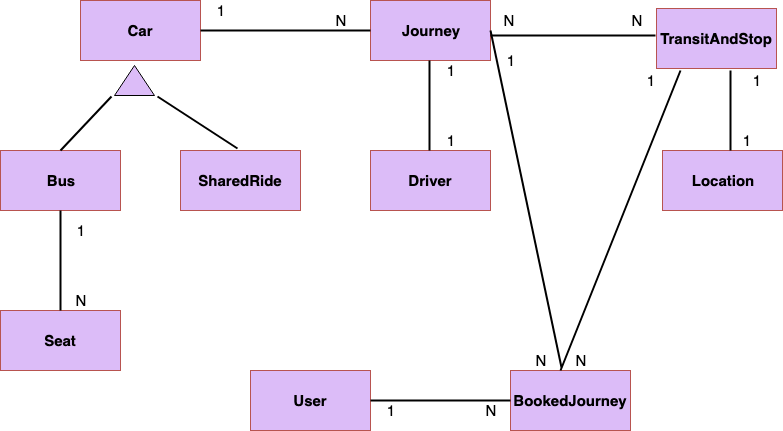
Above: docs/GoWaka-Domain.png in bimeri/bus-ticketing (draw.io), before the change. Source tidied: cells renumbered, new cells last; positions are measured from the earlier drawing's top-left corner, leaving out a move shared by most shapes.
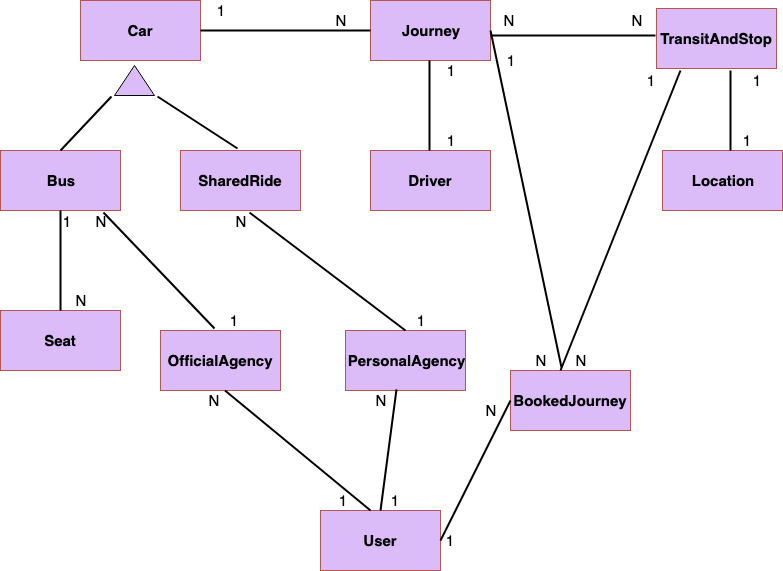
Above is the later version.

Commit message:
Refactor the Domain Model - [#168554535]

What changed in the source:
```diff
@@ -27,7 +27,7 @@
       <mxGeometry x="662" y="150" width="120" height="60" as="geometry" />
     </mxCell>
     <mxCell id="10" value="User" style="rounded=0;whiteSpace=wrap;html=1;fillColor=#DCBCF8;strokeColor=#b85450;fontSize=15;labelBorderColor=none;labelBackgroundColor=none;fontStyle=1;" parent="1" vertex="1">
-      <mxGeometry x="250" y="370" width="120" height="60" as="geometry" />
+      <mxGeometry x="320" y="510" width="120" height="60" as="geometry" />
     </mxCell>
     <mxCell id="11" value="BookedJourney" style="rounded=0;whiteSpace=wrap;html=1;fillColor=#DCBCF8;strokeColor=#b85450;fontSize=15;labelBorderColor=none;labelBackgroundColor=none;fontStyle=1;" parent="1" vertex="1">
       <mxGeometry x="510" y="370" width="120" height="60" as="geometry" />
@@ -83,7 +83,7 @@
       </mxGeometry>
     </mxCell>
     <mxCell id="23" value="1" style="text;html=1;strokeColor=none;fillColor=none;align=center;verticalAlign=middle;whiteSpace=wrap;rounded=0;labelBackgroundColor=none;fontSize=15;" parent="1" vertex="1">
-      <mxGeometry x="60" y="220" width="40" height="20" as="geometry" />
+      <mxGeometry x="46" y="211" width="40" height="20" as="geometry" />
     </mxCell>
     <mxCell id="24" value="N" style="text;html=1;strokeColor=none;fillColor=none;align=center;verticalAlign=middle;whiteSpace=wrap;rounded=0;labelBackgroundColor=none;fontSize=15;" parent="1" vertex="1">
       <mxGeometry x="60" y="290" width="40" height="20" as="geometry" />
@@ -116,7 +116,7 @@
       <mxGeometry x="470" y="400" width="40" height="20" as="geometry" />
     </mxCell>
     <mxCell id="34" value="1" style="text;html=1;strokeColor=none;fillColor=none;align=center;verticalAlign=middle;whiteSpace=wrap;rounded=0;labelBackgroundColor=none;fontSize=15;" parent="1" vertex="1">
-      <mxGeometry x="370" y="400" width="40" height="20" as="geometry" />
+      <mxGeometry x="429" y="530" width="40" height="20" as="geometry" />
     </mxCell>
     <mxCell id="35" value="N" style="text;html=1;strokeColor=none;fillColor=none;align=center;verticalAlign=middle;whiteSpace=wrap;rounded=0;labelBackgroundColor=none;fontSize=15;" parent="1" vertex="1">
       <mxGeometry x="520" y="350" width="40" height="20" as="geometry" />
@@ -130,5 +130,51 @@
     <mxCell id="38" value="N" style="text;html=1;strokeColor=none;fillColor=none;align=center;verticalAlign=middle;whiteSpace=wrap;rounded=0;labelBackgroundColor=none;fontSize=15;" parent="1" vertex="1">
       <mxGeometry x="616" y="10" width="40" height="20" as="geometry" />
     </mxCell>
+    <mxCell id="39" value="OfficialAgency" style="rounded=0;whiteSpace=wrap;html=1;fillColor=#DCBCF8;strokeColor=#b85450;fontSize=15;labelBorderColor=none;labelBackgroundColor=none;fontStyle=1;" parent="1" vertex="1">
+      <mxGeometry x="160" y="330" width="120" height="60" as="geometry" />
+    </mxCell>
+    <mxCell id="40" value="PersonalAgency" style="rounded=0;whiteSpace=wrap;html=1;fillColor=#DCBCF8;strokeColor=#b85450;fontSize=15;labelBorderColor=none;labelBackgroundColor=none;fontStyle=1;" parent="1" vertex="1">
+      <mxGeometry x="345" y="330" width="120" height="60" as="geometry" />
+    </mxCell>
+    <mxCell id="41" style="endArrow=none;html=1;fontSize=15;exitX=0.45;exitY=-0.033;exitDx=0;exitDy=0;rounded=0;strokeWidth=2;exitPerimeter=0;entryX=0.858;entryY=1.033;entryDx=0;entryDy=0;entryPerimeter=0;" parent="1" edge="1" source="39" target="3">
+      <mxGeometry relative="1" as="geometry" />
+    </mxCell>
+    <mxCell id="42" style="endArrow=none;html=1;fontSize=15;exitX=0.5;exitY=0;exitDx=0;exitDy=0;rounded=0;strokeWidth=2;entryX=0.858;entryY=1.033;entryDx=0;entryDy=0;entryPerimeter=0;" parent="1" edge="1" source="40">
+      <mxGeometry relative="1" as="geometry">
+        <mxPoint x="249" y="212" as="targetPoint" />
+      </mxGeometry>
+    </mxCell>
+    <mxCell id="43" style="endArrow=none;html=1;fontSize=15;exitX=0.417;exitY=0;exitDx=0;exitDy=0;rounded=0;strokeWidth=2;exitPerimeter=0;entryX=0.858;entryY=1.033;entryDx=0;entryDy=0;entryPerimeter=0;" parent="1" edge="1" source="10">
+      <mxGeometry relative="1" as="geometry">
+        <mxPoint x="224.5" y="390" as="targetPoint" />
+      </mxGeometry>
+    </mxCell>
+    <mxCell id="44" style="endArrow=none;html=1;fontSize=15;exitX=0.5;exitY=0;exitDx=0;exitDy=0;rounded=0;strokeWidth=2;entryX=0.425;entryY=0.983;entryDx=0;entryDy=0;entryPerimeter=0;" parent="1" edge="1" source="10" target="40">
+      <mxGeometry relative="1" as="geometry" />
+    </mxCell>
+    <mxCell id="45" value="N" style="text;html=1;strokeColor=none;fillColor=none;align=center;verticalAlign=middle;whiteSpace=wrap;rounded=0;labelBackgroundColor=none;fontSize=15;" parent="1" vertex="1">
+      <mxGeometry x="80" y="211" width="40" height="20" as="geometry" />
+    </mxCell>
+    <mxCell id="46" value="1" style="text;html=1;strokeColor=none;fillColor=none;align=center;verticalAlign=middle;whiteSpace=wrap;rounded=0;labelBackgroundColor=none;fontSize=15;" parent="1" vertex="1">
+      <mxGeometry x="212.5" y="310" width="40" height="20" as="geometry" />
+    </mxCell>
+    <mxCell id="47" value="1" style="text;html=1;strokeColor=none;fillColor=none;align=center;verticalAlign=middle;whiteSpace=wrap;rounded=0;labelBackgroundColor=none;fontSize=15;" parent="1" vertex="1">
+      <mxGeometry x="400" y="310" width="40" height="20" as="geometry" />
+    </mxCell>
+    <mxCell id="48" value="N" style="text;html=1;strokeColor=none;fillColor=none;align=center;verticalAlign=middle;whiteSpace=wrap;rounded=0;labelBackgroundColor=none;fontSize=15;" parent="1" vertex="1">
+      <mxGeometry x="220" y="211" width="40" height="20" as="geometry" />
+    </mxCell>
+    <mxCell id="49" value="N" style="text;html=1;strokeColor=none;fillColor=none;align=center;verticalAlign=middle;whiteSpace=wrap;rounded=0;labelBackgroundColor=none;fontSize=15;" parent="1" vertex="1">
+      <mxGeometry x="192.5" y="390" width="40" height="20" as="geometry" />
+    </mxCell>
+    <mxCell id="50" value="1" style="text;html=1;strokeColor=none;fillColor=none;align=center;verticalAlign=middle;whiteSpace=wrap;rounded=0;labelBackgroundColor=none;fontSize=15;" parent="1" vertex="1">
+      <mxGeometry x="322" y="490" width="40" height="20" as="geometry" />
+    </mxCell>
+    <mxCell id="51" value="N" style="text;html=1;strokeColor=none;fillColor=none;align=center;verticalAlign=middle;whiteSpace=wrap;rounded=0;labelBackgroundColor=none;fontSize=15;" parent="1" vertex="1">
+      <mxGeometry x="360" y="390" width="40" height="20" as="geometry" />
+    </mxCell>
+    <mxCell id="52" value="1" style="text;html=1;strokeColor=none;fillColor=none;align=center;verticalAlign=middle;whiteSpace=wrap;rounded=0;labelBackgroundColor=none;fontSize=15;" parent="1" vertex="1">
+      <mxGeometry x="374" y="490" width="40" height="20" as="geometry" />
+    </mxCell>
   </root>
 </mxGraphModel>
```
